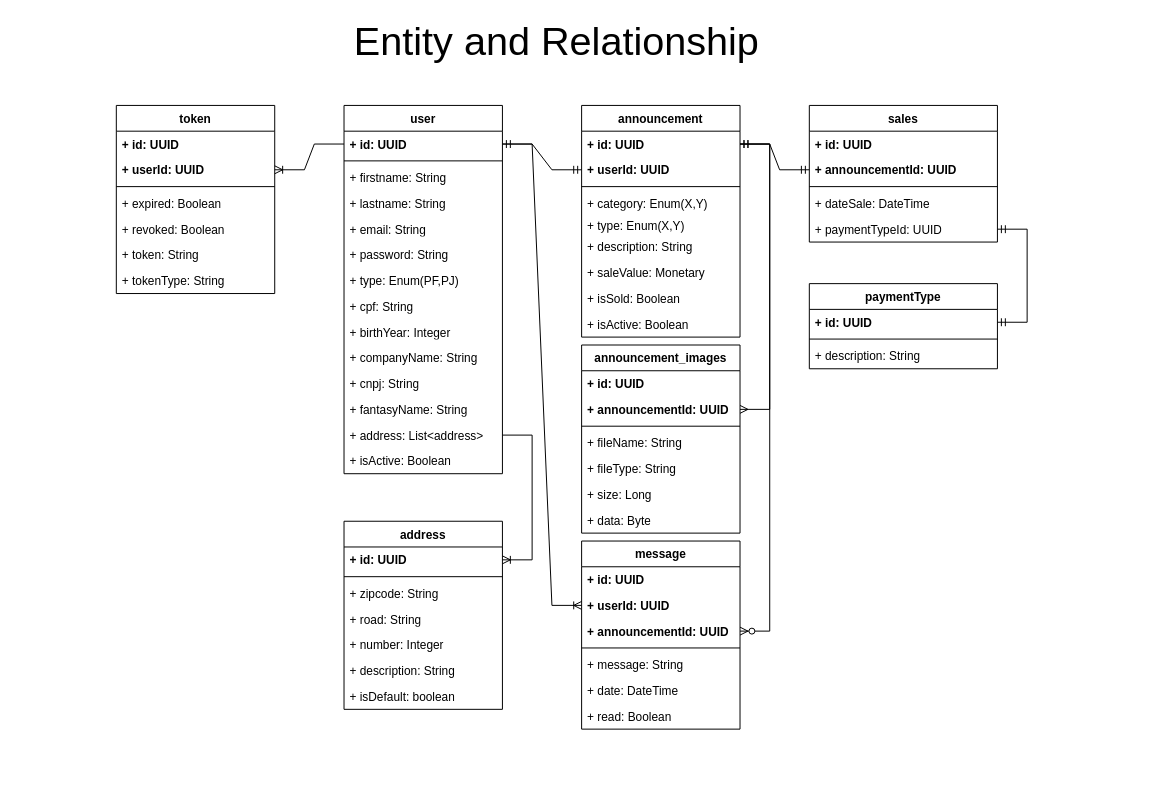
Earlier version of the draw.io diagram page "Entity And Relationship" (2 of 3) of MinasMarket.drawio (rhdesouza/MinasMarket). Source tidied: cells renumbered, new cells numbered last; positions are measured from the earlier drawing's top-left corner, leaving out a move shared by most shapes. Both pictures are drawn from the tidied source at 99%, with x=0, y=0 at pixel (17, 26).
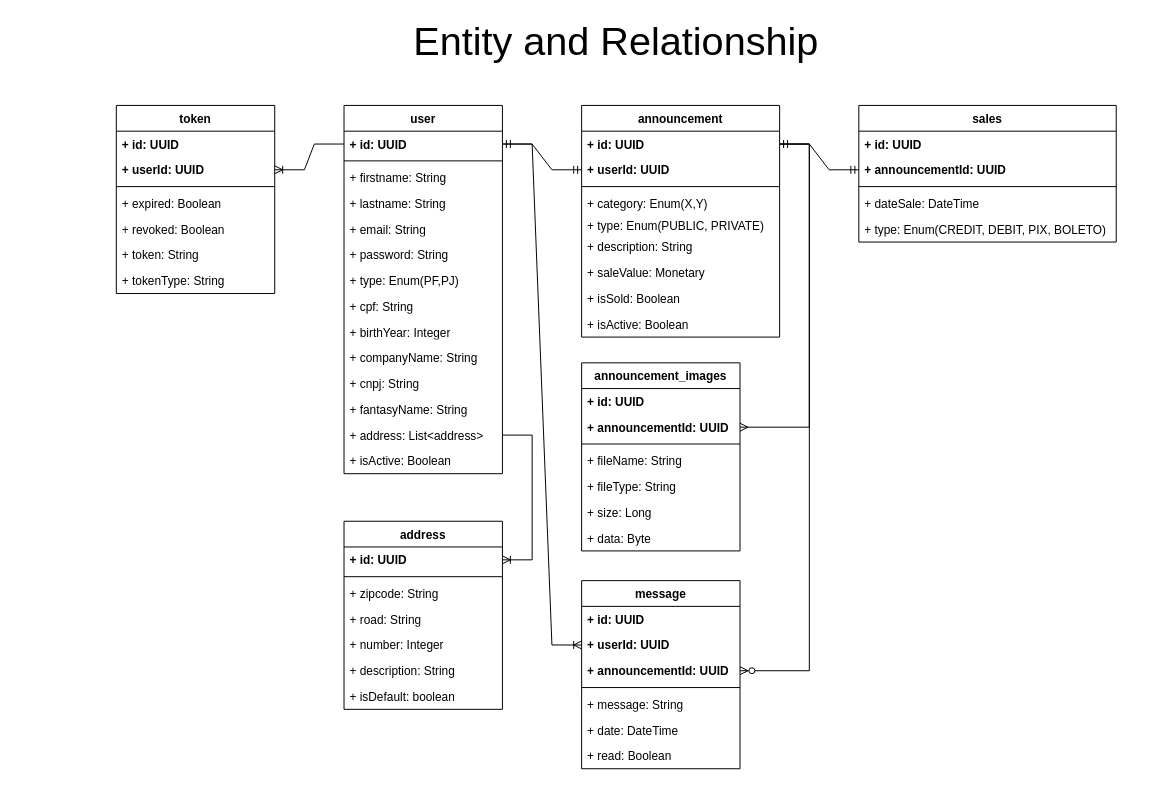
The same page after the edit.

Change to the diagram source:
```diff
@@
     <mxCell id="2" value="sales" style="swimlane;fontStyle=1;align=center;verticalAlign=top;horizontal=1;startSize=26;whiteSpace=wrap;html=1;rounded=0;" parent="1" vertex="1">
-      <mxGeometry x="800" y="80" width="190" height="138" as="geometry" />
+      <mxGeometry x="850" y="80" width="260" height="138" as="geometry" />
     </mxCell>
     <mxCell id="3" value="&lt;b&gt;+ id: UUID&lt;/b&gt;" style="text;strokeColor=none;fillColor=none;align=left;verticalAlign=top;spacingLeft=4;spacingRight=4;overflow=hidden;whiteSpace=wrap;html=1;rounded=0;" parent="2" vertex="1">
-      <mxGeometry y="26" width="190" height="26" as="geometry" />
+      <mxGeometry y="26" width="260" height="26" as="geometry" />
     </mxCell>
     <mxCell id="4" value="&lt;b&gt;+ announcementId: UUID&lt;/b&gt;" style="text;strokeColor=none;fillColor=none;align=left;verticalAlign=top;spacingLeft=4;spacingRight=4;overflow=hidden;points=[[0,0.5],[1,0.5]];portConstraint=eastwest;whiteSpace=wrap;html=1;rounded=0;" parent="2" vertex="1">
-      <mxGeometry y="52" width="190" height="26" as="geometry" />
+      <mxGeometry y="52" width="260" height="26" as="geometry" />
     </mxCell>
     <mxCell id="5" style="line;strokeWidth=1;fillColor=none;align=left;verticalAlign=middle;spacingTop=-1;spacingLeft=3;spacingRight=3;labelPosition=right;strokeColor=inherit;rounded=0;" parent="2" vertex="1">
-      <mxGeometry y="78" width="190" height="8" as="geometry" />
+      <mxGeometry y="78" width="260" height="8" as="geometry" />
     </mxCell>
     <mxCell id="6" value="+ dateSale: DateTime" style="text;strokeColor=none;fillColor=none;align=left;verticalAlign=top;spacingLeft=4;spacingRight=4;overflow=hidden;whiteSpace=wrap;html=1;rounded=0;" parent="2" vertex="1">
-      <mxGeometry y="86" width="190" height="26" as="geometry" />
+      <mxGeometry y="86" width="260" height="26" as="geometry" />
     </mxCell>
-    <mxCell id="7" value="+ paymentTypeId: UUID" style="text;strokeColor=none;fillColor=none;align=left;verticalAlign=top;spacingLeft=4;spacingRight=4;overflow=hidden;points=[[0,0.5],[1,0.5]];portConstraint=eastwest;whiteSpace=wrap;html=1;rounded=0;" parent="2" vertex="1">
-      <mxGeometry y="112" width="190" height="26" as="geometry" />
+    <mxCell id="7" value="+ type: Enum(CREDIT, DEBIT, PIX, BOLETO)" style="text;strokeColor=none;fillColor=none;align=left;verticalAlign=top;spacingLeft=4;spacingRight=4;overflow=hidden;points=[[0,0.5],[1,0.5]];portConstraint=eastwest;whiteSpace=wrap;html=1;rounded=0;" parent="2" vertex="1">
+      <mxGeometry y="112" width="260" height="26" as="geometry" />
     </mxCell>
-    <mxCell id="8" value="paymentType" style="swimlane;fontStyle=1;align=center;verticalAlign=top;horizontal=1;startSize=26;whiteSpace=wrap;html=1;rounded=0;" parent="1" vertex="1">
-      <mxGeometry x="800" y="260" width="190" height="86" as="geometry" />
-    </mxCell>
-    <mxCell id="9" value="&lt;b&gt;+ id: UUID&lt;/b&gt;" style="text;strokeColor=none;fillColor=none;align=left;verticalAlign=top;spacingLeft=4;spacingRight=4;overflow=hidden;points=[[0,0.5],[1,0.5]];portConstraint=eastwest;whiteSpace=wrap;html=1;rounded=0;" parent="8" vertex="1">
-      <mxGeometry y="26" width="190" height="26" as="geometry" />
-    </mxCell>
-    <mxCell id="10" style="line;strokeWidth=1;fillColor=none;align=left;verticalAlign=middle;spacingTop=-1;spacingLeft=3;spacingRight=3;labelPosition=right;strokeColor=inherit;rounded=0;" parent="8" vertex="1">
-      <mxGeometry y="52" width="190" height="8" as="geometry" />
-    </mxCell>
-    <mxCell id="11" value="+ description: String" style="text;strokeColor=none;fillColor=none;align=left;verticalAlign=top;spacingLeft=4;spacingRight=4;overflow=hidden;whiteSpace=wrap;html=1;rounded=0;" parent="8" vertex="1">
-      <mxGeometry y="60" width="190" height="26" as="geometry" />
-    </mxCell>
@@
     <mxCell id="13" value="message" style="swimlane;fontStyle=1;align=center;verticalAlign=top;horizontal=1;startSize=26;whiteSpace=wrap;html=1;rounded=0;" parent="1" vertex="1">
-      <mxGeometry x="570" y="520" width="160" height="190" as="geometry" />
+      <mxGeometry x="570" y="560" width="160" height="190" as="geometry" />
     </mxCell>
@@
     <mxCell id="21" value="Entity and Relationship" style="text;html=1;strokeColor=none;fillColor=none;align=center;verticalAlign=middle;whiteSpace=wrap;rounded=0;fontSize=40;" parent="1" vertex="1">
-      <mxGeometry width="1090" height="30" as="geometry" />
+      <mxGeometry x="60" width="1090" height="30" as="geometry" />
     </mxCell>
@@
-    <mxCell id="56" style="edgeStyle=entityRelationEdgeStyle;fontSize=12;html=1;endArrow=ERmandOne;startArrow=ERmandOne;rounded=0;" parent="1" edge="1" source="7" target="9">
-      <mxGeometry relative="1" as="geometry" />
-    </mxCell>
     <mxCell id="57" value="announcement" style="swimlane;fontStyle=1;align=center;verticalAlign=top;horizontal=1;startSize=26;whiteSpace=wrap;html=1;rounded=0;" parent="1" vertex="1">
-      <mxGeometry x="570" y="80" width="160" height="234" as="geometry" />
+      <mxGeometry x="570" y="80" width="200" height="234" as="geometry" />
     </mxCell>
     <mxCell id="58" value="&lt;b&gt;+ id: UUID&lt;/b&gt;" style="text;align=left;verticalAlign=top;spacingLeft=4;spacingRight=4;overflow=hidden;points=[[0,0.5],[1,0.5]];portConstraint=eastwest;whiteSpace=wrap;html=1;rounded=0;" parent="57" vertex="1">
-      <mxGeometry y="26" width="160" height="26" as="geometry" />
+      <mxGeometry y="26" width="200" height="26" as="geometry" />
     </mxCell>
     <mxCell id="59" value="&lt;b&gt;+ userId: UUID&lt;/b&gt;" style="text;align=left;verticalAlign=top;spacingLeft=4;spacingRight=4;overflow=hidden;points=[[0,0.5],[1,0.5]];portConstraint=eastwest;whiteSpace=wrap;html=1;rounded=0;" parent="57" vertex="1">
-      <mxGeometry y="52" width="160" height="26" as="geometry" />
+      <mxGeometry y="52" width="200" height="26" as="geometry" />
     </mxCell>
     <mxCell id="60" style="line;strokeWidth=1;fillColor=none;align=left;verticalAlign=middle;spacingTop=-1;spacingLeft=3;spacingRight=3;labelPosition=right;strokeColor=inherit;rounded=0;" parent="57" vertex="1">
-      <mxGeometry y="78" width="160" height="8" as="geometry" />
+      <mxGeometry y="78" width="200" height="8" as="geometry" />
     </mxCell>
     <mxCell id="61" value="+ category: Enum(X,Y)" style="text;strokeColor=none;fillColor=none;align=left;verticalAlign=top;spacingLeft=4;spacingRight=4;overflow=hidden;whiteSpace=wrap;html=1;rounded=0;" parent="57" vertex="1">
-      <mxGeometry y="86" width="160" height="22" as="geometry" />
+      <mxGeometry y="86" width="200" height="22" as="geometry" />
     </mxCell>
-    <mxCell id="62" value="+ type: Enum(X,Y)" style="text;strokeColor=none;fillColor=none;align=left;verticalAlign=top;spacingLeft=4;spacingRight=4;overflow=hidden;whiteSpace=wrap;html=1;rounded=0;" parent="57" vertex="1">
-      <mxGeometry y="108" width="160" height="22" as="geometry" />
+    <mxCell id="62" value="+ type: Enum(PUBLIC, PRIVATE)" style="text;strokeColor=none;fillColor=none;align=left;verticalAlign=top;spacingLeft=4;spacingRight=4;overflow=hidden;whiteSpace=wrap;html=1;rounded=0;" parent="57" vertex="1">
+      <mxGeometry y="108" width="200" height="22" as="geometry" />
     </mxCell>
     <mxCell id="63" value="+ description: String" style="text;strokeColor=none;fillColor=none;align=left;verticalAlign=top;spacingLeft=4;spacingRight=4;overflow=hidden;whiteSpace=wrap;html=1;rounded=0;" parent="57" vertex="1">
-      <mxGeometry y="130" width="160" height="26" as="geometry" />
+      <mxGeometry y="130" width="200" height="26" as="geometry" />
     </mxCell>
     <mxCell id="64" value="+&amp;nbsp;saleValue&lt;span style=&quot;background-color: initial;&quot;&gt;: Monetary&lt;br&gt;&lt;br&gt;&lt;/span&gt;" style="text;strokeColor=none;fillColor=none;align=left;verticalAlign=top;spacingLeft=4;spacingRight=4;overflow=hidden;whiteSpace=wrap;html=1;rounded=0;" parent="57" vertex="1">
-      <mxGeometry y="156" width="160" height="26" as="geometry" />
+      <mxGeometry y="156" width="200" height="26" as="geometry" />
     </mxCell>
     <mxCell id="65" value="+&amp;nbsp;isSold&lt;span style=&quot;background-color: initial;&quot;&gt;: Boolean&lt;/span&gt;" style="text;strokeColor=none;fillColor=none;align=left;verticalAlign=top;spacingLeft=4;spacingRight=4;overflow=hidden;whiteSpace=wrap;html=1;rounded=0;" parent="57" vertex="1">
-      <mxGeometry y="182" width="160" height="26" as="geometry" />
+      <mxGeometry y="182" width="200" height="26" as="geometry" />
     </mxCell>
     <mxCell id="66" value="+&amp;nbsp;isActive&lt;span style=&quot;background-color: initial;&quot;&gt;: Boolean&lt;/span&gt;" style="text;strokeColor=none;fillColor=none;align=left;verticalAlign=top;spacingLeft=4;spacingRight=4;overflow=hidden;whiteSpace=wrap;html=1;rounded=0;" parent="57" vertex="1">
-      <mxGeometry y="208" width="160" height="26" as="geometry" />
+      <mxGeometry y="208" width="200" height="26" as="geometry" />
     </mxCell>
@@
     <mxCell id="70" value="announcement_images" style="swimlane;fontStyle=1;align=center;verticalAlign=top;horizontal=1;startSize=26;whiteSpace=wrap;html=1;rounded=0;" parent="1" vertex="1">
-      <mxGeometry x="570" y="322" width="160" height="190" as="geometry" />
+      <mxGeometry x="570" y="340" width="160" height="190" as="geometry" />
     </mxCell>
```
